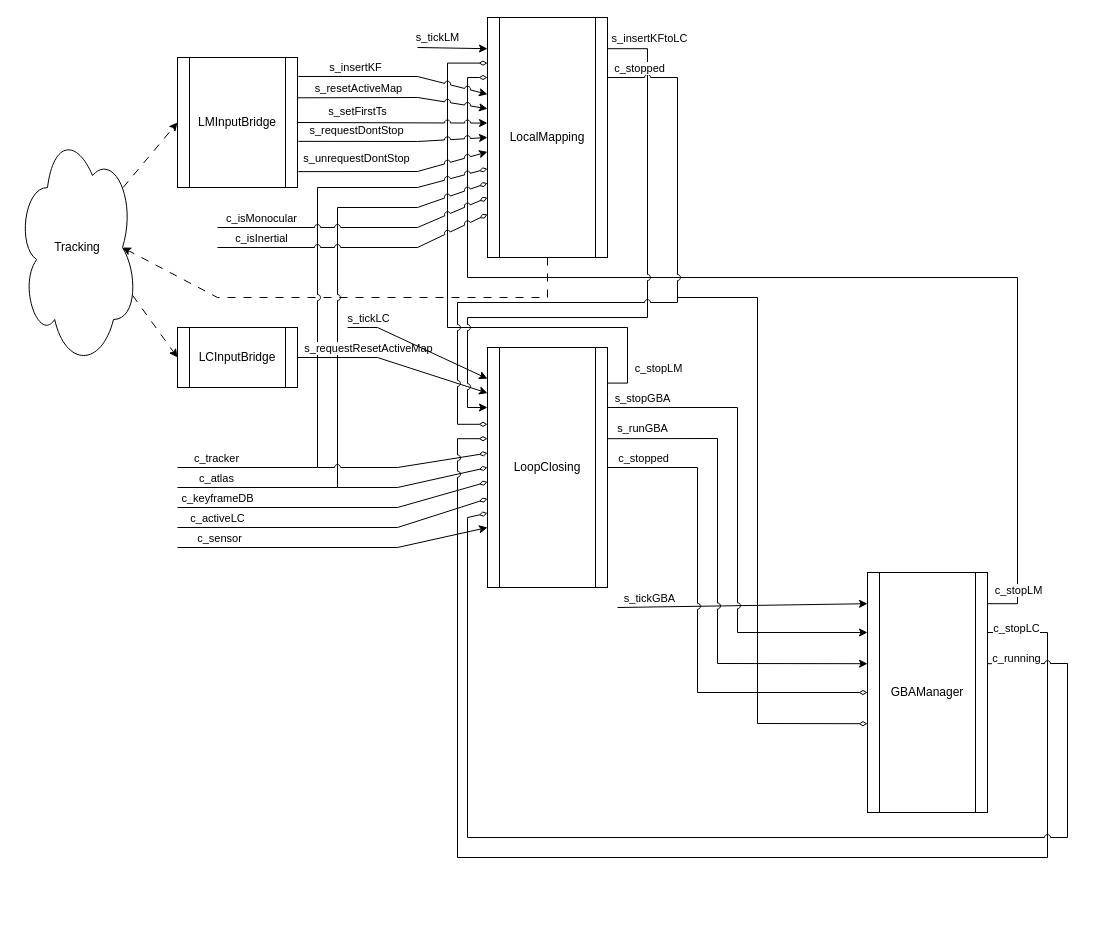
Before: doc/2024-12-09_semi/images/Overall.drawio in suzuki-taro-unofficial/ORB-SLAM3-decoding, a draw.io diagram. Source tidied: cells renumbered, new cells numbered last; positions are measured from the earlier drawing's top-left corner, leaving out a move shared by most shapes. Both pictures are drawn from the tidied source at 100%, with x=0, y=0 at pixel (17, 17).
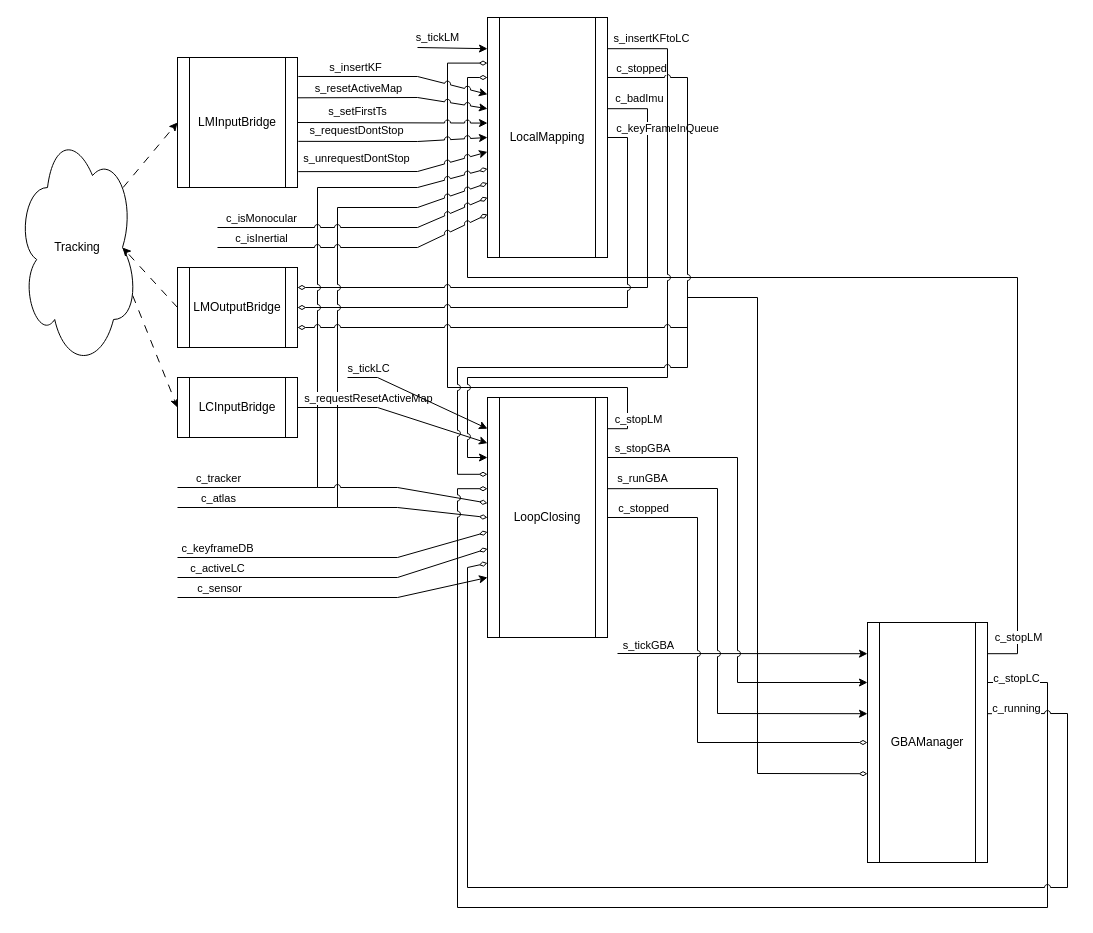
The same page after the edit.

Commit message (it also covers changes not shown here):
docs: update GBAManager network diagram

The change refers to these unchanged cells:
```xml
<mxCell id="6" value="LocalMapping" style="shape=process;whiteSpace=wrap;html=1;backgroundOutline=1;points=[[0,0,0,0,0],[0,0.13,0,0,0],[0,0.19,0,0,0],[0,0.25,0,0,0],[0,0.32,0,0,0],[0,0.38,0,0,0],[0,0.44,0,0,0],[0,0.5,0,0,0],[0,0.56,0,0,0],[0,0.63,0,0,0],[0,0.69,0,0,0],[0,0.75,0,0,0],[0,0.82,0,0,0],[0,0.88,0,0,0],[0,1,0,0,0],[0.25,0,0,0,0],[0.25,1,0,0,0],[0.5,0,0,0,0],[0.5,1,0,0,0],[0.75,0,0,0,0],[0.75,1,0,0,0],[1,0,0,0,0],[1,0.13,0,0,0],[1,0.19,0,0,0],[1,0.25,0,0,0],[1,0.32,0,0,0],[1,0.38,0,0,0],[1,0.44,0,0,0],[1,0.5,0,0,0],[1,0.56,0,0,0],[1,0.63,0,0,0],[1,0.69,0,0,0],[1,0.75,0,0,0],[1,0.82,0,0,0],[1,0.88,0,0,0],[1,1,0,0,0]];" parent="1" vertex="1">
  <mxGeometry x="470" width="120" height="240" as="geometry" />
</mxCell>
<mxCell id="13" value="Tracking" style="ellipse;shape=cloud;whiteSpace=wrap;html=1;" parent="1" vertex="1">
  <mxGeometry y="110" width="120" height="240" as="geometry" />
</mxCell>
```

The edit, as a diff of the source:
```diff
@@
     <mxCell id="2" value="LoopClosing" style="shape=process;whiteSpace=wrap;html=1;backgroundOutline=1;points=[[0,0,0,0,0],[0,0.13,0,0,0],[0,0.19,0,0,0],[0,0.25,0,0,0],[0,0.32,0,0,0],[0,0.38,0,0,0],[0,0.44,0,0,0],[0,0.5,0,0,0],[0,0.56,0,0,0],[0,0.63,0,0,0],[0,0.69,0,0,0],[0,0.75,0,0,0],[0,0.82,0,0,0],[0,0.88,0,0,0],[0,1,0,0,0],[0.25,0,0,0,0],[0.25,1,0,0,0],[0.5,0,0,0,0],[0.5,1,0,0,0],[0.75,0,0,0,0],[0.75,1,0,0,0],[1,0,0,0,0],[1,0.13,0,0,0],[1,0.19,0,0,0],[1,0.25,0,0,0],[1,0.32,0,0,0],[1,0.38,0,0,0],[1,0.44,0,0,0],[1,0.5,0,0,0],[1,0.56,0,0,0],[1,0.63,0,0,0],[1,0.69,0,0,0],[1,0.75,0,0,0],[1,0.82,0,0,0],[1,0.88,0,0,0],[1,1,0,0,0]];" parent="1" vertex="1">
-      <mxGeometry x="470" y="330" width="120" height="240" as="geometry" />
+      <mxGeometry x="470" y="380" width="120" height="240" as="geometry" />
     </mxCell>
-    <mxCell id="3" style="edgeStyle=orthogonalEdgeStyle;rounded=0;jettySize=auto;html=1;exitX=1;exitY=0.13;exitDx=0;exitDy=0;exitPerimeter=0;entryX=0;entryY=0.19;entryDx=0;entryDy=0;entryPerimeter=0;endArrow=diamondThin;endFill=0;" parent="1" edge="1" target="6">
+    <mxCell id="3" style="edgeStyle=orthogonalEdgeStyle;rounded=0;jettySize=auto;html=1;exitX=1;exitY=0.13;exitDx=0;exitDy=0;exitPerimeter=0;entryX=0;entryY=0.19;entryDx=0;entryDy=0;entryPerimeter=0;endArrow=diamondThin;endFill=0;" parent="1" edge="1" source="2" target="6">
       <mxGeometry relative="1" as="geometry">
-        <mxPoint x="590" y="365.6" as="sourcePoint" />
         <Array as="points">
-          <mxPoint x="610" y="366" />
-          <mxPoint x="610" y="310" />
-          <mxPoint x="430" y="310" />
+          <mxPoint x="610" y="411" />
+          <mxPoint x="610" y="370" />
+          <mxPoint x="430" y="370" />
           <mxPoint x="430" y="46" />
         </Array>
       </mxGeometry>
     </mxCell>
     <mxCell id="4" value="c_stopLM" style="edgeLabel;html=1;align=center;verticalAlign=middle;" parent="3" vertex="1">
       <mxGeometry x="-0.84" relative="1" as="geometry">
-        <mxPoint x="30" y="10" as="offset" />
+        <mxPoint x="10" y="18" as="offset" />
       </mxGeometry>
     </mxCell>
     <mxCell id="5" value="GBAManager" style="shape=process;whiteSpace=wrap;html=1;backgroundOutline=1;points=[[0,0,0,0,0],[0,0.13,0,0,0],[0,0.19,0,0,0],[0,0.25,0,0,0],[0,0.32,0,0,0],[0,0.38,0,0,0],[0,0.44,0,0,0],[0,0.5,0,0,0],[0,0.56,0,0,0],[0,0.63,0,0,0],[0,0.69,0,0,0],[0,0.75,0,0,0],[0,0.82,0,0,0],[0,0.88,0,0,0],[0,1,0,0,0],[0.25,0,0,0,0],[0.25,1,0,0,0],[0.5,0,0,0,0],[0.5,1,0,0,0],[0.75,0,0,0,0],[0.75,1,0,0,0],[1,0,0,0,0],[1,0.13,0,0,0],[1,0.19,0,0,0],[1,0.25,0,0,0],[1,0.32,0,0,0],[1,0.38,0,0,0],[1,0.44,0,0,0],[1,0.5,0,0,0],[1,0.56,0,0,0],[1,0.63,0,0,0],[1,0.69,0,0,0],[1,0.75,0,0,0],[1,0.82,0,0,0],[1,0.88,0,0,0],[1,1,0,0,0]];" parent="1" vertex="1">
-      <mxGeometry x="850" y="555" width="120" height="240" as="geometry" />
+      <mxGeometry x="850" y="605" width="120" height="240" as="geometry" />
     </mxCell>
+    <mxCell id="64" style="edgeStyle=orthogonalEdgeStyle;rounded=0;jettySize=auto;html=1;exitX=1;exitY=0.38;exitDx=0;exitDy=0;exitPerimeter=0;entryX=1;entryY=0.25;entryDx=0;entryDy=0;endArrow=diamondThin;endFill=0;jumpStyle=arc;" parent="1" edge="1" source="6" target="68">
+      <mxGeometry relative="1" as="geometry">
+        <Array as="points">
+          <mxPoint x="630" y="91" />
+          <mxPoint x="630" y="270" />
+        </Array>
+      </mxGeometry>
+    </mxCell>
+    <mxCell id="65" value="c_badImu" style="edgeLabel;html=1;align=center;verticalAlign=middle;" parent="64" vertex="1">
+      <mxGeometry x="-0.94" y="-3" relative="1" as="geometry">
+        <mxPoint x="14" y="-14" as="offset" />
+      </mxGeometry>
+    </mxCell>
+    <mxCell id="66" style="edgeStyle=orthogonalEdgeStyle;rounded=0;jettySize=auto;html=1;exitX=1;exitY=0.5;exitDx=0;exitDy=0;exitPerimeter=0;entryX=1;entryY=0.5;entryDx=0;entryDy=0;endArrow=diamondThin;endFill=0;jumpStyle=arc;" parent="1" edge="1" source="6" target="68">
+      <mxGeometry relative="1" as="geometry" />
+    </mxCell>
+    <mxCell id="67" value="c_keyFrameInQueue" style="edgeLabel;html=1;align=center;verticalAlign=middle;" parent="66" vertex="1">
+      <mxGeometry x="-0.94" y="-2" relative="1" as="geometry">
+        <mxPoint x="43" y="-12" as="offset" />
+      </mxGeometry>
+    </mxCell>
@@
     <mxCell id="7" style="edgeStyle=orthogonalEdgeStyle;rounded=0;jettySize=auto;html=1;exitX=1;exitY=0.13;exitDx=0;exitDy=0;exitPerimeter=0;entryX=0;entryY=0.25;entryDx=0;entryDy=0;entryPerimeter=0;endArrow=diamondThin;endFill=0;" parent="1" edge="1" source="5" target="6">
       <mxGeometry relative="1" as="geometry">
         <Array as="points">
-          <mxPoint x="1000" y="586" />
+          <mxPoint x="1000" y="636" />
           <mxPoint x="1000" y="260" />
           <mxPoint x="450" y="260" />
           <mxPoint x="450" y="60" />
         </Array>
       </mxGeometry>
     </mxCell>
@@
-    <mxCell id="15" style="rounded=0;jettySize=auto;html=1;entryX=0.875;entryY=0.5;entryDx=0;entryDy=0;entryPerimeter=0;dashed=1;dashPattern=8 8;exitX=0.5;exitY=1;exitDx=0;exitDy=0;exitPerimeter=0;" parent="1" edge="1" source="6" target="13">
-      <mxGeometry relative="1" as="geometry">
-        <Array as="points">
-          <mxPoint x="530" y="280" />
-          <mxPoint x="200" y="280" />
-        </Array>
-      </mxGeometry>
+    <mxCell id="15" style="rounded=0;jettySize=auto;html=1;entryX=0.875;entryY=0.5;entryDx=0;entryDy=0;entryPerimeter=0;dashed=1;dashPattern=8 8;exitX=0;exitY=0.5;exitDx=0;exitDy=0;" parent="1" edge="1" source="68" target="13">
+      <mxGeometry relative="1" as="geometry" />
     </mxCell>
     <mxCell id="16" value="LCInputBridge" style="shape=process;whiteSpace=wrap;html=1;backgroundOutline=1;" parent="1" vertex="1">
-      <mxGeometry x="160" y="310" width="120" height="60" as="geometry" />
+      <mxGeometry x="160" y="360" width="120" height="60" as="geometry" />
     </mxCell>
@@
     <mxCell id="27" style="endArrow=diamondThin;html=1;rounded=0;entryX=0;entryY=0.63;entryDx=0;entryDy=0;entryPerimeter=0;endFill=0;jumpStyle=arc;" parent="1" edge="1" target="6">
       <mxGeometry relative="1" as="geometry">
-        <mxPoint x="160" y="450" as="sourcePoint" />
+        <mxPoint x="160" y="470" as="sourcePoint" />
         <Array as="points">
-          <mxPoint x="300" y="450" />
+          <mxPoint x="300" y="470" />
           <mxPoint x="300" y="170" />
           <mxPoint x="400" y="170" />
         </Array>
       </mxGeometry>
     </mxCell>
@@
     <mxCell id="29" style="endArrow=diamondThin;html=1;rounded=0;entryX=0;entryY=0.69;entryDx=0;entryDy=0;entryPerimeter=0;endFill=0;jumpStyle=arc;" parent="1" edge="1" target="6">
       <mxGeometry relative="1" as="geometry">
-        <mxPoint x="160" y="470" as="sourcePoint" />
+        <mxPoint x="160" y="490" as="sourcePoint" />
         <Array as="points">
-          <mxPoint x="320" y="470" />
+          <mxPoint x="320" y="490" />
           <mxPoint x="320" y="190" />
           <mxPoint x="400" y="190" />
         </Array>
       </mxGeometry>
     </mxCell>
@@
     <mxCell id="35" style="endArrow=diamondThin;html=1;rounded=0;endFill=0;jumpStyle=arc;entryX=0;entryY=0.44;entryDx=0;entryDy=0;entryPerimeter=0;" parent="1" edge="1" target="2">
       <mxGeometry relative="1" as="geometry">
-        <mxPoint x="300" y="450" as="sourcePoint" />
+        <mxPoint x="300" y="470" as="sourcePoint" />
         <Array as="points">
-          <mxPoint x="380" y="450" />
+          <mxPoint x="380" y="470" />
         </Array>
       </mxGeometry>
     </mxCell>
     <mxCell id="36" style="endArrow=diamondThin;html=1;rounded=0;jumpStyle=arc;endFill=0;entryX=0;entryY=0.5;entryDx=0;entryDy=0;entryPerimeter=0;" parent="1" edge="1" target="2">
       <mxGeometry relative="1" as="geometry">
-        <mxPoint x="320" y="470" as="sourcePoint" />
+        <mxPoint x="320" y="490" as="sourcePoint" />
         <Array as="points">
-          <mxPoint x="380" y="470" />
+          <mxPoint x="380" y="490" />
         </Array>
       </mxGeometry>
     </mxCell>
     <mxCell id="37" style="rounded=0;jettySize=auto;html=1;exitX=1;exitY=0.5;exitDx=0;exitDy=0;entryX=0;entryY=0.19;entryDx=0;entryDy=0;entryPerimeter=0;" parent="1" edge="1" source="16" target="2">
       <mxGeometry relative="1" as="geometry">
         <Array as="points">
-          <mxPoint x="360" y="340" />
+          <mxPoint x="360" y="390" />
         </Array>
       </mxGeometry>
     </mxCell>
@@
     <mxCell id="39" style="edgeStyle=orthogonalEdgeStyle;rounded=0;jettySize=auto;html=1;exitX=1;exitY=0.13;exitDx=0;exitDy=0;exitPerimeter=0;entryX=0;entryY=0.25;entryDx=0;entryDy=0;entryPerimeter=0;jumpStyle=arc;" parent="1" edge="1" source="6" target="2">
       <mxGeometry relative="1" as="geometry">
         <Array as="points">
-          <mxPoint x="630" y="31" />
-          <mxPoint x="630" y="300" />
-          <mxPoint x="450" y="300" />
-          <mxPoint x="450" y="390" />
+          <mxPoint x="650" y="31" />
+          <mxPoint x="650" y="360" />
+          <mxPoint x="450" y="360" />
+          <mxPoint x="450" y="440" />
         </Array>
       </mxGeometry>
     </mxCell>
@@
     <mxCell id="41" style="edgeStyle=orthogonalEdgeStyle;rounded=0;jettySize=auto;html=1;exitX=1;exitY=0.25;exitDx=0;exitDy=0;exitPerimeter=0;entryX=0;entryY=0.32;entryDx=0;entryDy=0;entryPerimeter=0;jumpStyle=arc;endArrow=diamondThin;endFill=0;" parent="1" edge="1" source="6" target="2">
       <mxGeometry relative="1" as="geometry">
         <Array as="points">
-          <mxPoint x="660" y="60" />
-          <mxPoint x="660" y="285" />
-          <mxPoint x="440" y="285" />
-          <mxPoint x="440" y="407" />
+          <mxPoint x="670" y="60" />
+          <mxPoint x="670" y="350" />
+          <mxPoint x="440" y="350" />
+          <mxPoint x="440" y="457" />
         </Array>
       </mxGeometry>
     </mxCell>
@@
     <mxCell id="43" style="endArrow=classic;html=1;rounded=0;entryX=0;entryY=0.13;entryDx=0;entryDy=0;entryPerimeter=0;" parent="1" edge="1" target="2">
       <mxGeometry relative="1" as="geometry">
-        <mxPoint x="330" y="310" as="sourcePoint" />
+        <mxPoint x="330" y="360" as="sourcePoint" />
         <Array as="points">
-          <mxPoint x="360" y="310" />
+          <mxPoint x="360" y="360" />
         </Array>
       </mxGeometry>
     </mxCell>
@@
     <mxCell id="45" style="edgeStyle=orthogonalEdgeStyle;rounded=0;jettySize=auto;html=1;exitX=1;exitY=0.25;exitDx=0;exitDy=0;exitPerimeter=0;entryX=0;entryY=0.38;entryDx=0;entryDy=0;entryPerimeter=0;jumpStyle=arc;endArrow=diamondThin;endFill=0;" parent="1" edge="1" source="5" target="2">
       <mxGeometry relative="1" as="geometry">
         <Array as="points">
-          <mxPoint x="1030" y="615" />
-          <mxPoint x="1030" y="840" />
-          <mxPoint x="440" y="840" />
-          <mxPoint x="440" y="421" />
+          <mxPoint x="1030" y="665" />
+          <mxPoint x="1030" y="890" />
+          <mxPoint x="440" y="890" />
+          <mxPoint x="440" y="471" />
         </Array>
       </mxGeometry>
     </mxCell>
@@
     <mxCell id="47" style="endArrow=diamondThin;html=1;rounded=0;endFill=0;entryX=0;entryY=0.56;entryDx=0;entryDy=0;entryPerimeter=0;" parent="1" edge="1" target="2">
       <mxGeometry relative="1" as="geometry">
-        <mxPoint x="160" y="490" as="sourcePoint" />
+        <mxPoint x="160" y="540" as="sourcePoint" />
         <Array as="points">
-          <mxPoint x="380" y="490" />
+          <mxPoint x="380" y="540" />
         </Array>
       </mxGeometry>
     </mxCell>
@@
     <mxCell id="49" style="endArrow=diamondThin;html=1;rounded=0;endFill=0;entryX=0;entryY=0.63;entryDx=0;entryDy=0;entryPerimeter=0;" parent="1" edge="1" target="2">
       <mxGeometry relative="1" as="geometry">
-        <mxPoint x="160" y="510" as="sourcePoint" />
+        <mxPoint x="160" y="560" as="sourcePoint" />
         <Array as="points">
-          <mxPoint x="380" y="510" />
+          <mxPoint x="380" y="560" />
         </Array>
       </mxGeometry>
     </mxCell>
@@
     <mxCell id="51" style="endArrow=diamondThin;html=1;rounded=0;endFill=0;entryX=0;entryY=0.69;entryDx=0;entryDy=0;entryPerimeter=0;exitX=1;exitY=0.38;exitDx=0;exitDy=0;exitPerimeter=0;jumpStyle=arc;" parent="1" edge="1" source="5" target="2">
       <mxGeometry relative="1" as="geometry">
         <Array as="points">
-          <mxPoint x="1050" y="646" />
-          <mxPoint x="1050" y="820" />
-          <mxPoint x="760" y="820" />
-          <mxPoint x="450" y="820" />
-          <mxPoint x="450" y="610" />
-          <mxPoint x="450" y="500" />
+          <mxPoint x="1050" y="696" />
+          <mxPoint x="1050" y="870" />
+          <mxPoint x="760" y="870" />
+          <mxPoint x="450" y="870" />
+          <mxPoint x="450" y="660" />
+          <mxPoint x="450" y="550" />
         </Array>
       </mxGeometry>
     </mxCell>
@@
     <mxCell id="53" style="endArrow=classic;html=1;rounded=0;entryX=0;entryY=0.75;entryDx=0;entryDy=0;entryPerimeter=0;" parent="1" edge="1" target="2">
       <mxGeometry relative="1" as="geometry">
-        <mxPoint x="160" y="530" as="sourcePoint" />
+        <mxPoint x="160" y="580" as="sourcePoint" />
         <Array as="points">
-          <mxPoint x="380" y="530" />
+          <mxPoint x="380" y="580" />
         </Array>
       </mxGeometry>
     </mxCell>
@@
     <mxCell id="55" style="endArrow=classic;html=1;rounded=0;entryX=0;entryY=0.13;entryDx=0;entryDy=0;entryPerimeter=0;jumpStyle=arc;" parent="1" edge="1" target="5">
       <mxGeometry relative="1" as="geometry">
-        <mxPoint x="600" y="590" as="sourcePoint" />
+        <mxPoint x="600" y="636" as="sourcePoint" />
       </mxGeometry>
     </mxCell>
@@
     <mxCell id="57" style="rounded=0;jettySize=auto;html=1;exitX=1;exitY=0.25;exitDx=0;exitDy=0;exitPerimeter=0;entryX=0;entryY=0.25;entryDx=0;entryDy=0;entryPerimeter=0;jumpStyle=arc;" parent="1" edge="1" source="2" target="5">
       <mxGeometry relative="1" as="geometry">
         <Array as="points">
-          <mxPoint x="680" y="390" />
-          <mxPoint x="720" y="390" />
-          <mxPoint x="720" y="615" />
+          <mxPoint x="680" y="440" />
+          <mxPoint x="720" y="440" />
+          <mxPoint x="720" y="665" />
         </Array>
       </mxGeometry>
     </mxCell>
@@
     <mxCell id="59" style="rounded=0;jettySize=auto;html=1;exitX=1;exitY=0.38;exitDx=0;exitDy=0;exitPerimeter=0;entryX=0;entryY=0.38;entryDx=0;entryDy=0;entryPerimeter=0;jumpStyle=arc;" parent="1" edge="1" source="2" target="5">
       <mxGeometry relative="1" as="geometry">
         <Array as="points">
-          <mxPoint x="680" y="421" />
-          <mxPoint x="700" y="421" />
-          <mxPoint x="700" y="646" />
+          <mxPoint x="680" y="471" />
+          <mxPoint x="700" y="471" />
+          <mxPoint x="700" y="696" />
         </Array>
       </mxGeometry>
     </mxCell>
@@
     <mxCell id="61" style="rounded=0;jettySize=auto;html=1;exitX=1;exitY=0.5;exitDx=0;exitDy=0;exitPerimeter=0;entryX=0;entryY=0.5;entryDx=0;entryDy=0;entryPerimeter=0;jumpStyle=arc;endArrow=diamondThin;endFill=0;" parent="1" edge="1" source="2" target="5">
       <mxGeometry relative="1" as="geometry">
         <Array as="points">
-          <mxPoint x="680" y="450" />
-          <mxPoint x="680" y="675" />
+          <mxPoint x="680" y="500" />
+          <mxPoint x="680" y="725" />
         </Array>
       </mxGeometry>
     </mxCell>
@@
     <mxCell id="63" style="endArrow=diamondThin;html=1;rounded=0;entryX=0;entryY=0.63;entryDx=0;entryDy=0;entryPerimeter=0;endFill=0;" parent="1" edge="1" target="5">
       <mxGeometry relative="1" as="geometry">
-        <mxPoint x="660" y="280" as="sourcePoint" />
+        <mxPoint x="670" y="280" as="sourcePoint" />
         <Array as="points">
           <mxPoint x="740" y="280" />
-          <mxPoint x="740" y="706" />
+          <mxPoint x="740" y="756" />
         </Array>
       </mxGeometry>
     </mxCell>
+    <mxCell id="68" value="LMOutputBridge" style="shape=process;whiteSpace=wrap;html=1;backgroundOutline=1;" parent="1" vertex="1">
+      <mxGeometry x="160" y="250" width="120" height="80" as="geometry" />
+    </mxCell>
+    <mxCell id="69" style="endArrow=diamondThin;html=1;rounded=0;entryX=1;entryY=0.75;entryDx=0;entryDy=0;startArrow=none;startFill=0;endFill=0;jumpStyle=arc;" parent="1" edge="1" target="68">
+      <mxGeometry relative="1" as="geometry">
+        <mxPoint x="670" y="310" as="sourcePoint" />
+      </mxGeometry>
+    </mxCell>
```
